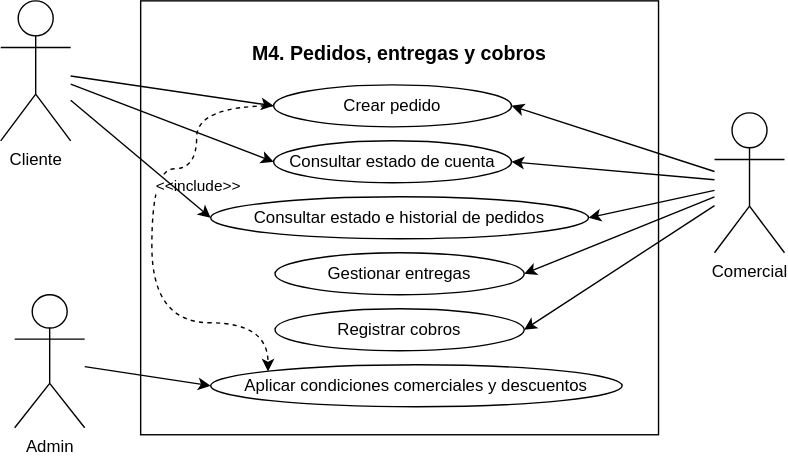
The draw.io diagram docs/docs/figures/UML/CasosDeUso/M4_CasosDeUso.svg in MadaoSurmanito/app-tfg, before a commit. Source tidied: cells renumbered, new cells last; positions are measured from the earlier drawing's top-left corner, leaving out a move shared by most shapes. Source of this version:
```xml
<mxGraphModel>
  <root>
    <mxCell id="0" />
    <mxCell id="1" parent="0" />
    <mxCell id="2" value="&lt;h1&gt;&lt;font style=&quot;font-size: 14px;&quot;&gt;M4. Pedidos, entregas y cobros&lt;/font&gt;&lt;/h1&gt;" style="rounded=0;whiteSpace=wrap;html=1;verticalAlign=top;spacing=0;labelPosition=center;verticalLabelPosition=middle;align=center;" parent="1" vertex="1">
      <mxGeometry x="100" width="370" height="310" as="geometry" />
    </mxCell>
    <mxCell id="3" style="edgeStyle=none;html=1;entryX=1;entryY=0.5;entryDx=0;entryDy=0;" parent="1" edge="1" source="8" target="13">
      <mxGeometry relative="1" as="geometry" />
    </mxCell>
    <mxCell id="4" style="edgeStyle=none;html=1;entryX=1;entryY=0.5;entryDx=0;entryDy=0;" parent="1" edge="1" source="8" target="14">
      <mxGeometry relative="1" as="geometry" />
    </mxCell>
    <mxCell id="5" style="edgeStyle=none;html=1;entryX=1;entryY=0.5;entryDx=0;entryDy=0;" parent="1" edge="1" source="8" target="15">
      <mxGeometry relative="1" as="geometry" />
    </mxCell>
    <mxCell id="6" style="edgeStyle=none;html=1;entryX=1;entryY=0.5;entryDx=0;entryDy=0;" parent="1" edge="1" source="8" target="16">
      <mxGeometry relative="1" as="geometry" />
    </mxCell>
    <mxCell id="7" style="edgeStyle=none;html=1;entryX=1;entryY=0.5;entryDx=0;entryDy=0;" parent="1" edge="1" source="8" target="17">
      <mxGeometry relative="1" as="geometry" />
    </mxCell>
    <mxCell id="8" value="Comercial" style="shape=umlActor;verticalLabelPosition=bottom;verticalAlign=top;html=1;outlineConnect=0;" parent="1" vertex="1">
      <mxGeometry x="510" y="80" width="50" height="100" as="geometry" />
    </mxCell>
    <mxCell id="9" style="edgeStyle=none;html=1;entryX=0;entryY=0.5;entryDx=0;entryDy=0;" parent="1" edge="1" source="10" target="18">
      <mxGeometry relative="1" as="geometry" />
    </mxCell>
    <mxCell id="10" value="Admin" style="shape=umlActor;verticalLabelPosition=bottom;verticalAlign=top;html=1;outlineConnect=0;" parent="1" vertex="1">
      <mxGeometry x="10" y="210" width="50" height="95" as="geometry" />
    </mxCell>
    <mxCell id="11" style="edgeStyle=orthogonalEdgeStyle;html=1;dashed=1;curved=1;entryX=0;entryY=0;entryDx=0;entryDy=0;" parent="1" edge="1" source="13" target="18">
      <mxGeometry relative="1" as="geometry">
        <Array as="points">
          <mxPoint x="140" y="75" />
          <mxPoint x="140" y="120" />
          <mxPoint x="108" y="120" />
          <mxPoint x="108" y="230" />
          <mxPoint x="191" y="230" />
        </Array>
      </mxGeometry>
    </mxCell>
    <mxCell id="12" value="&amp;lt;&amp;lt;include&amp;gt;&amp;gt;" style="edgeLabel;html=1;align=center;verticalAlign=middle;" parent="11" vertex="1">
      <mxGeometry x="-0.06" y="4" relative="1" as="geometry">
        <mxPoint x="28" y="-27" as="offset" />
      </mxGeometry>
    </mxCell>
    <mxCell id="13" value="Crear pedido" style="ellipse;whiteSpace=wrap;html=1;" parent="1" vertex="1">
      <mxGeometry x="195" y="60" width="170" height="30" as="geometry" />
    </mxCell>
    <mxCell id="14" value="Consultar estado de cuenta" style="ellipse;whiteSpace=wrap;html=1;" parent="1" vertex="1">
      <mxGeometry x="195" y="100" width="170" height="30" as="geometry" />
    </mxCell>
    <mxCell id="15" value="Consultar estado e historial de pedidos" style="ellipse;whiteSpace=wrap;html=1;" parent="1" vertex="1">
      <mxGeometry x="150" y="140" width="270" height="30" as="geometry" />
    </mxCell>
    <mxCell id="16" value="Gestionar entregas" style="ellipse;whiteSpace=wrap;html=1;" parent="1" vertex="1">
      <mxGeometry x="196" y="180" width="178" height="30" as="geometry" />
    </mxCell>
    <mxCell id="17" value="Registrar cobros" style="ellipse;whiteSpace=wrap;html=1;" parent="1" vertex="1">
      <mxGeometry x="196" y="220" width="178" height="30" as="geometry" />
    </mxCell>
    <mxCell id="18" value="Aplicar condiciones comerciales y descuentos" style="ellipse;whiteSpace=wrap;html=1;" parent="1" vertex="1">
      <mxGeometry x="150" y="260" width="294" height="30" as="geometry" />
    </mxCell>
    <mxCell id="19" style="edgeStyle=none;html=1;entryX=0;entryY=0.5;entryDx=0;entryDy=0;" parent="1" edge="1" source="22" target="13">
      <mxGeometry relative="1" as="geometry" />
    </mxCell>
    <mxCell id="20" style="edgeStyle=none;html=1;entryX=0;entryY=0.5;entryDx=0;entryDy=0;" parent="1" edge="1" source="22" target="14">
      <mxGeometry relative="1" as="geometry" />
    </mxCell>
    <mxCell id="21" style="edgeStyle=none;html=1;entryX=0;entryY=0.5;entryDx=0;entryDy=0;" parent="1" edge="1" source="22" target="15">
      <mxGeometry relative="1" as="geometry" />
    </mxCell>
    <mxCell id="22" value="Cliente" style="shape=umlActor;verticalLabelPosition=bottom;verticalAlign=top;html=1;outlineConnect=0;" parent="1" vertex="1">
      <mxGeometry width="50" height="100" as="geometry" />
    </mxCell>
  </root>
</mxGraphModel>
```
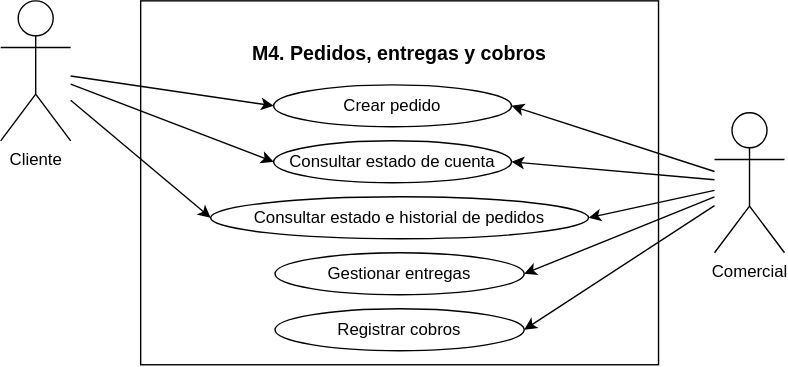
After the change.

Change to the diagram source:
```diff
@@ -3,7 +3,7 @@
     <mxCell id="0" />
     <mxCell id="1" parent="0" />
     <mxCell id="2" value="&lt;h1&gt;&lt;font style=&quot;font-size: 14px;&quot;&gt;M4. Pedidos, entregas y cobros&lt;/font&gt;&lt;/h1&gt;" style="rounded=0;whiteSpace=wrap;html=1;verticalAlign=top;spacing=0;labelPosition=center;verticalLabelPosition=middle;align=center;" parent="1" vertex="1">
-      <mxGeometry x="100" width="370" height="310" as="geometry" />
+      <mxGeometry x="100" width="370" height="260" as="geometry" />
     </mxCell>
     <mxCell id="3" style="edgeStyle=none;html=1;entryX=1;entryY=0.5;entryDx=0;entryDy=0;" parent="1" edge="1" source="8" target="13">
       <mxGeometry relative="1" as="geometry" />
@@ -23,28 +23,6 @@
     <mxCell id="8" value="Comercial" style="shape=umlActor;verticalLabelPosition=bottom;verticalAlign=top;html=1;outlineConnect=0;" parent="1" vertex="1">
       <mxGeometry x="510" y="80" width="50" height="100" as="geometry" />
     </mxCell>
-    <mxCell id="9" style="edgeStyle=none;html=1;entryX=0;entryY=0.5;entryDx=0;entryDy=0;" parent="1" edge="1" source="10" target="18">
-      <mxGeometry relative="1" as="geometry" />
-    </mxCell>
-    <mxCell id="10" value="Admin" style="shape=umlActor;verticalLabelPosition=bottom;verticalAlign=top;html=1;outlineConnect=0;" parent="1" vertex="1">
-      <mxGeometry x="10" y="210" width="50" height="95" as="geometry" />
-    </mxCell>
-    <mxCell id="11" style="edgeStyle=orthogonalEdgeStyle;html=1;dashed=1;curved=1;entryX=0;entryY=0;entryDx=0;entryDy=0;" parent="1" edge="1" source="13" target="18">
-      <mxGeometry relative="1" as="geometry">
-        <Array as="points">
-          <mxPoint x="140" y="75" />
-          <mxPoint x="140" y="120" />
-          <mxPoint x="108" y="120" />
-          <mxPoint x="108" y="230" />
-          <mxPoint x="191" y="230" />
-        </Array>
-      </mxGeometry>
-    </mxCell>
-    <mxCell id="12" value="&amp;lt;&amp;lt;include&amp;gt;&amp;gt;" style="edgeLabel;html=1;align=center;verticalAlign=middle;" parent="11" vertex="1">
-      <mxGeometry x="-0.06" y="4" relative="1" as="geometry">
-        <mxPoint x="28" y="-27" as="offset" />
-      </mxGeometry>
-    </mxCell>
     <mxCell id="13" value="Crear pedido" style="ellipse;whiteSpace=wrap;html=1;" parent="1" vertex="1">
       <mxGeometry x="195" y="60" width="170" height="30" as="geometry" />
     </mxCell>
@@ -60,9 +38,6 @@
     <mxCell id="17" value="Registrar cobros" style="ellipse;whiteSpace=wrap;html=1;" parent="1" vertex="1">
       <mxGeometry x="196" y="220" width="178" height="30" as="geometry" />
     </mxCell>
-    <mxCell id="18" value="Aplicar condiciones comerciales y descuentos" style="ellipse;whiteSpace=wrap;html=1;" parent="1" vertex="1">
-      <mxGeometry x="150" y="260" width="294" height="30" as="geometry" />
-    </mxCell>
     <mxCell id="19" style="edgeStyle=none;html=1;entryX=0;entryY=0.5;entryDx=0;entryDy=0;" parent="1" edge="1" source="22" target="13">
       <mxGeometry relative="1" as="geometry" />
     </mxCell>
```
